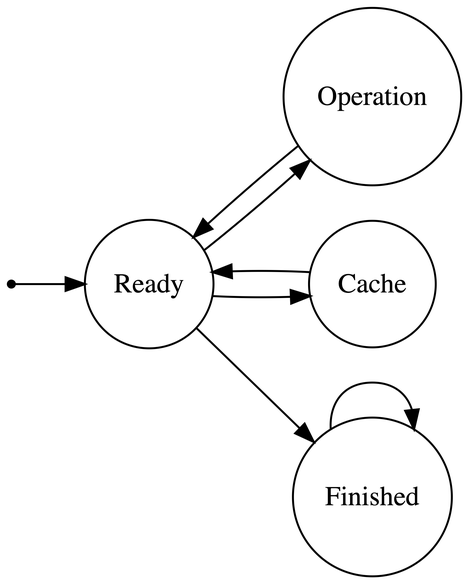
This is report/processor.png from indocomsoft/cs4223-assignment-2, a Graphviz export, as it was before one commit. Its source is kept beside it as report/processor.dot. The source it was exported from:
```dot
digraph processor {
  rankdir=LR;
  dpi=600;

  node [shape = point] Start;
  node [shape = circle] Ready;
  node [shape = circle] Operation;
  node [shape = circle] Cache;
  node [shape = circle] Finished;

  Start -> Ready;
  Ready -> Operation;
  Operation -> Ready;
  Ready -> Cache;
  Cache -> Ready;
  Ready -> Finished;
  Finished -> Finished;
}
```
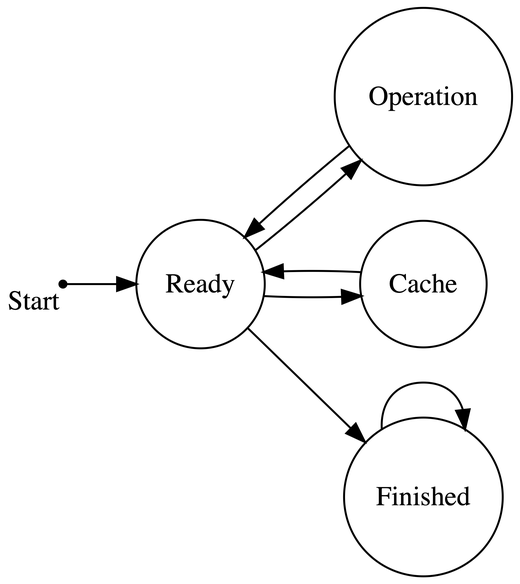
Above is the later version.

Diff of the diagram source:
```diff
@@ -2,7 +2,7 @@
   rankdir=LR;
   dpi=600;
 
-  node [shape = point] Start;
+  node [shape = point] Start [xlabel = Start];
   node [shape = circle] Ready;
   node [shape = circle] Operation;
   node [shape = circle] Cache;
```
